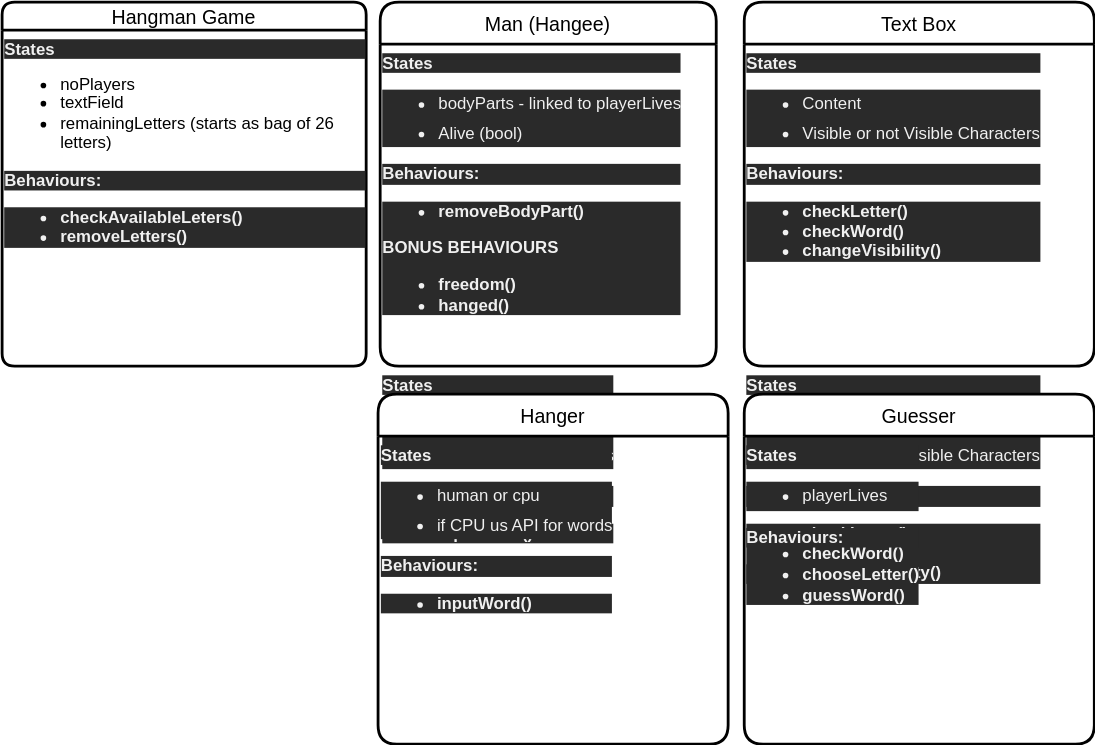
Earlier version of the draw.io export Diagram.drawio.svg (ilker79/Hangman-Game). Source tidied: cells renumbered, new cells last; positions are measured from the earlier drawing's top-left corner, leaving out a move shared by most shapes.
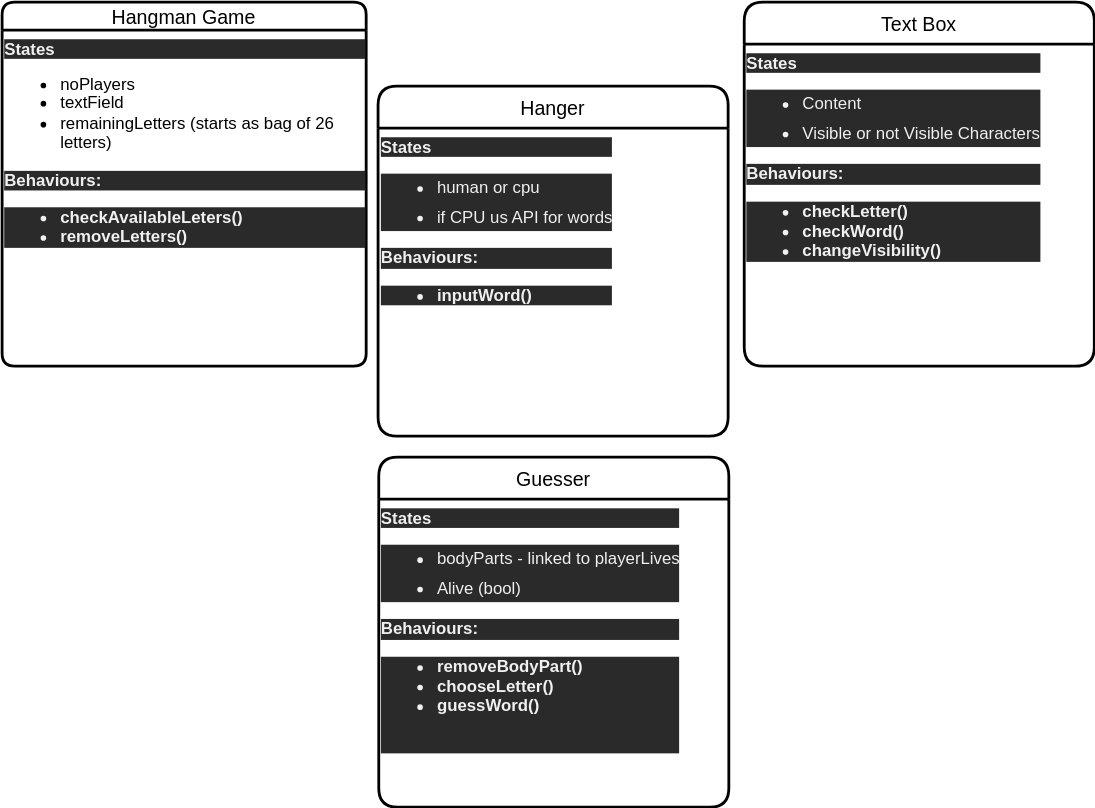
The same diagram one commit later.

Change to the diagram source:
```diff
@@ -8,35 +8,23 @@
     <mxCell id="3" value="&lt;div style=&quot;color: rgb(240 , 240 , 240) ; font-family: &amp;#34;helvetica&amp;#34; ; font-size: 12px ; font-style: normal ; font-weight: 400 ; letter-spacing: normal ; text-indent: 0px ; text-transform: none ; word-spacing: 0px ; background-color: rgb(42 , 42 , 42) ; text-align: left&quot;&gt;&lt;b&gt;States&lt;/b&gt;&lt;/div&gt;&lt;ul&gt;&lt;li style=&quot;line-height: 12px&quot;&gt;noPlayers&lt;/li&gt;&lt;li&gt;textField&lt;/li&gt;&lt;li&gt;remainingLetters (starts as bag of 26 letters)&lt;/li&gt;&lt;/ul&gt;&lt;div style=&quot;color: rgb(240 , 240 , 240) ; font-family: &amp;#34;helvetica&amp;#34; ; font-size: 12px ; font-style: normal ; font-weight: 400 ; letter-spacing: normal ; text-indent: 0px ; text-transform: none ; word-spacing: 0px ; background-color: rgb(42 , 42 , 42) ; text-align: left&quot;&gt;&lt;b&gt;Behaviours:&lt;/b&gt;&lt;/div&gt;&lt;div style=&quot;color: rgb(240 , 240 , 240) ; font-family: &amp;#34;helvetica&amp;#34; ; font-size: 12px ; font-style: normal ; font-weight: 400 ; letter-spacing: normal ; text-indent: 0px ; text-transform: none ; word-spacing: 0px ; background-color: rgb(42 , 42 , 42) ; text-align: left&quot;&gt;&lt;ul&gt;&lt;li&gt;&lt;b&gt;checkAvailableLeters()&lt;/b&gt;&lt;/li&gt;&lt;li&gt;&lt;b&gt;removeLetters()&lt;/b&gt;&lt;/li&gt;&lt;/ul&gt;&lt;/div&gt;" style="text;whiteSpace=wrap;html=1;" parent="2" vertex="1">
       <mxGeometry y="20" width="260" height="240" as="geometry" />
     </mxCell>
-    <mxCell id="4" value="Man (Hangee)" style="swimlane;horizontal=1;startSize=30;rounded=1;fontSize=14;fontStyle=0;strokeWidth=2;shadow=0;dashed=0;align=center;" parent="1" vertex="1">
-      <mxGeometry x="270" width="240" height="260" as="geometry" />
-    </mxCell>
-    <mxCell id="5" value="&lt;div style=&quot;color: rgb(240 , 240 , 240) ; font-family: &amp;#34;helvetica&amp;#34; ; font-size: 12px ; font-style: normal ; font-weight: 400 ; letter-spacing: normal ; text-indent: 0px ; text-transform: none ; word-spacing: 0px ; background-color: rgb(42 , 42 , 42) ; text-align: left&quot;&gt;&lt;b&gt;States&lt;/b&gt;&lt;/div&gt;&lt;ul style=&quot;color: rgb(240 , 240 , 240) ; font-family: &amp;#34;helvetica&amp;#34; ; font-size: 12px ; font-style: normal ; font-weight: 400 ; letter-spacing: normal ; text-align: center ; text-indent: 0px ; text-transform: none ; word-spacing: 0px ; background-color: rgb(42 , 42 , 42)&quot;&gt;&lt;li style=&quot;padding: 3px 0px ; text-align: left&quot;&gt;&lt;span style=&quot;font-family: &amp;#34;helvetica&amp;#34; ; text-align: center&quot;&gt;bodyParts - linked to playerLives&lt;/span&gt;&lt;br&gt;&lt;/li&gt;&lt;li style=&quot;padding: 3px 0px ; text-align: left&quot;&gt;&lt;span style=&quot;font-family: &amp;#34;helvetica&amp;#34; ; text-align: center&quot;&gt;Alive (bool)&lt;/span&gt;&lt;/li&gt;&lt;/ul&gt;&lt;div style=&quot;color: rgb(240 , 240 , 240) ; font-family: &amp;#34;helvetica&amp;#34; ; font-size: 12px ; font-style: normal ; font-weight: 400 ; letter-spacing: normal ; text-indent: 0px ; text-transform: none ; word-spacing: 0px ; background-color: rgb(42 , 42 , 42) ; text-align: left&quot;&gt;&lt;b&gt;Behaviours:&lt;/b&gt;&lt;/div&gt;&lt;div style=&quot;color: rgb(240 , 240 , 240) ; font-family: &amp;#34;helvetica&amp;#34; ; font-size: 12px ; font-style: normal ; font-weight: 400 ; letter-spacing: normal ; text-indent: 0px ; text-transform: none ; word-spacing: 0px ; background-color: rgb(42 , 42 , 42) ; text-align: left&quot;&gt;&lt;ul&gt;&lt;li&gt;&lt;b&gt;removeBodyPart()&lt;/b&gt;&lt;/li&gt;&lt;/ul&gt;&lt;b&gt;BONUS BEHAVIOURS&lt;/b&gt;&lt;br&gt;&lt;ul&gt;&lt;li&gt;&lt;b&gt;freedom()&lt;/b&gt;&lt;/li&gt;&lt;li&gt;&lt;b&gt;hanged()&lt;/b&gt;&lt;/li&gt;&lt;/ul&gt;&lt;/div&gt;" style="text;whiteSpace=wrap;html=1;" parent="4" vertex="1">
-      <mxGeometry y="30" width="240" height="230" as="geometry" />
-    </mxCell>
-    <mxCell id="6" value="&lt;div style=&quot;color: rgb(240 , 240 , 240) ; font-family: &amp;#34;helvetica&amp;#34; ; font-size: 12px ; font-style: normal ; font-weight: 400 ; letter-spacing: normal ; text-indent: 0px ; text-transform: none ; word-spacing: 0px ; background-color: rgb(42 , 42 , 42) ; text-align: left&quot;&gt;&lt;b&gt;States&lt;/b&gt;&lt;/div&gt;&lt;ul style=&quot;color: rgb(240 , 240 , 240) ; font-family: &amp;#34;helvetica&amp;#34; ; font-size: 12px ; font-style: normal ; font-weight: 400 ; letter-spacing: normal ; text-align: center ; text-indent: 0px ; text-transform: none ; word-spacing: 0px ; background-color: rgb(42 , 42 , 42)&quot;&gt;&lt;li style=&quot;padding: 3px 0px ; text-align: left&quot;&gt;human or cpu&amp;nbsp;&lt;/li&gt;&lt;li style=&quot;padding: 3px 0px ; text-align: left&quot;&gt;if CPU us API for words&amp;nbsp;&lt;/li&gt;&lt;/ul&gt;&lt;div style=&quot;color: rgb(240 , 240 , 240) ; font-family: &amp;#34;helvetica&amp;#34; ; font-size: 12px ; font-style: normal ; font-weight: 400 ; letter-spacing: normal ; text-indent: 0px ; text-transform: none ; word-spacing: 0px ; background-color: rgb(42 , 42 , 42) ; text-align: left&quot;&gt;&lt;b&gt;Behaviours:&lt;/b&gt;&lt;/div&gt;&lt;div style=&quot;color: rgb(240 , 240 , 240) ; font-family: &amp;#34;helvetica&amp;#34; ; font-size: 12px ; font-style: normal ; font-weight: 400 ; letter-spacing: normal ; text-indent: 0px ; text-transform: none ; word-spacing: 0px ; background-color: rgb(42 , 42 , 42) ; text-align: left&quot;&gt;&lt;ul&gt;&lt;li&gt;&lt;b&gt;inputWord()&lt;/b&gt;&lt;/li&gt;&lt;/ul&gt;&lt;/div&gt;" style="text;whiteSpace=wrap;html=1;" parent="4" vertex="1">
-      <mxGeometry y="260" width="240" as="geometry" />
-    </mxCell>
     <mxCell id="7" value="Text Box" style="swimlane;horizontal=1;startSize=30;rounded=1;fontSize=14;fontStyle=0;strokeWidth=2;shadow=0;dashed=0;align=center;" parent="1" vertex="1">
       <mxGeometry x="530" width="250" height="260" as="geometry" />
     </mxCell>
     <mxCell id="8" value="&lt;div style=&quot;color: rgb(240 , 240 , 240) ; font-family: &amp;#34;helvetica&amp;#34; ; font-size: 12px ; font-style: normal ; font-weight: 400 ; letter-spacing: normal ; text-indent: 0px ; text-transform: none ; word-spacing: 0px ; background-color: rgb(42 , 42 , 42) ; text-align: left&quot;&gt;&lt;b&gt;States&lt;/b&gt;&lt;/div&gt;&lt;ul style=&quot;color: rgb(240 , 240 , 240) ; font-family: &amp;#34;helvetica&amp;#34; ; font-size: 12px ; font-style: normal ; font-weight: 400 ; letter-spacing: normal ; text-align: center ; text-indent: 0px ; text-transform: none ; word-spacing: 0px ; background-color: rgb(42 , 42 , 42)&quot;&gt;&lt;li style=&quot;padding: 3px 0px ; text-align: left&quot;&gt;Content&lt;/li&gt;&lt;li style=&quot;padding: 3px 0px ; text-align: left&quot;&gt;Visible or not Visible Characters&lt;/li&gt;&lt;/ul&gt;&lt;div style=&quot;color: rgb(240 , 240 , 240) ; font-family: &amp;#34;helvetica&amp;#34; ; font-size: 12px ; font-style: normal ; font-weight: 400 ; letter-spacing: normal ; text-indent: 0px ; text-transform: none ; word-spacing: 0px ; background-color: rgb(42 , 42 , 42) ; text-align: left&quot;&gt;&lt;b&gt;Behaviours:&lt;/b&gt;&lt;/div&gt;&lt;div style=&quot;color: rgb(240 , 240 , 240) ; font-family: &amp;#34;helvetica&amp;#34; ; font-size: 12px ; font-style: normal ; letter-spacing: normal ; text-indent: 0px ; text-transform: none ; word-spacing: 0px ; background-color: rgb(42 , 42 , 42) ; text-align: left&quot;&gt;&lt;ul&gt;&lt;li&gt;&lt;b&gt;checkLetter()&lt;/b&gt;&lt;/li&gt;&lt;li&gt;&lt;b&gt;checkWord()&lt;/b&gt;&lt;/li&gt;&lt;li&gt;&lt;b&gt;changeVisibility()&lt;/b&gt;&lt;/li&gt;&lt;/ul&gt;&lt;/div&gt;" style="text;whiteSpace=wrap;html=1;" parent="7" vertex="1">
       <mxGeometry y="30" width="250" height="230" as="geometry" />
     </mxCell>
-    <mxCell id="9" value="&lt;div style=&quot;color: rgb(240 , 240 , 240) ; font-family: &amp;#34;helvetica&amp;#34; ; font-size: 12px ; font-style: normal ; font-weight: 400 ; letter-spacing: normal ; text-indent: 0px ; text-transform: none ; word-spacing: 0px ; background-color: rgb(42 , 42 , 42) ; text-align: left&quot;&gt;&lt;b&gt;States&lt;/b&gt;&lt;/div&gt;&lt;ul style=&quot;color: rgb(240 , 240 , 240) ; font-family: &amp;#34;helvetica&amp;#34; ; font-size: 12px ; font-style: normal ; font-weight: 400 ; letter-spacing: normal ; text-align: center ; text-indent: 0px ; text-transform: none ; word-spacing: 0px ; background-color: rgb(42 , 42 , 42)&quot;&gt;&lt;li style=&quot;padding: 3px 0px ; text-align: left&quot;&gt;Content&lt;/li&gt;&lt;li style=&quot;padding: 3px 0px ; text-align: left&quot;&gt;Visible or not Visible Characters&lt;/li&gt;&lt;/ul&gt;&lt;div style=&quot;color: rgb(240 , 240 , 240) ; font-family: &amp;#34;helvetica&amp;#34; ; font-size: 12px ; font-style: normal ; font-weight: 400 ; letter-spacing: normal ; text-indent: 0px ; text-transform: none ; word-spacing: 0px ; background-color: rgb(42 , 42 , 42) ; text-align: left&quot;&gt;&lt;b&gt;Behaviours:&lt;/b&gt;&lt;/div&gt;&lt;div style=&quot;color: rgb(240 , 240 , 240) ; font-family: &amp;#34;helvetica&amp;#34; ; font-size: 12px ; font-style: normal ; letter-spacing: normal ; text-indent: 0px ; text-transform: none ; word-spacing: 0px ; background-color: rgb(42 , 42 , 42) ; text-align: left&quot;&gt;&lt;ul&gt;&lt;li&gt;&lt;b&gt;checkLetter()&lt;/b&gt;&lt;/li&gt;&lt;li&gt;&lt;b&gt;checkWord()&lt;/b&gt;&lt;/li&gt;&lt;li&gt;&lt;b&gt;changeVisibility()&lt;/b&gt;&lt;/li&gt;&lt;/ul&gt;&lt;/div&gt;" style="text;whiteSpace=wrap;html=1;" parent="7" vertex="1">
-      <mxGeometry y="260" width="250" as="geometry" />
-    </mxCell>
     <mxCell id="10" value="Guesser" style="swimlane;horizontal=1;startSize=30;rounded=1;fontSize=14;fontStyle=0;strokeWidth=2;shadow=0;dashed=0;align=center;" parent="1" vertex="1">
-      <mxGeometry x="530" y="280" width="250" height="250" as="geometry" />
+      <mxGeometry x="269" y="325" width="250" height="250" as="geometry" />
     </mxCell>
-    <mxCell id="11" value="&lt;div style=&quot;color: rgb(240 , 240 , 240) ; font-family: &amp;#34;helvetica&amp;#34; ; font-size: 12px ; font-style: normal ; font-weight: 400 ; letter-spacing: normal ; text-indent: 0px ; text-transform: none ; word-spacing: 0px ; background-color: rgb(42 , 42 , 42) ; text-align: left&quot;&gt;&lt;b&gt;States&lt;/b&gt;&lt;/div&gt;&lt;ul style=&quot;color: rgb(240 , 240 , 240) ; font-family: &amp;#34;helvetica&amp;#34; ; font-size: 12px ; font-style: normal ; font-weight: 400 ; letter-spacing: normal ; text-align: center ; text-indent: 0px ; text-transform: none ; word-spacing: 0px ; background-color: rgb(42 , 42 , 42)&quot;&gt;&lt;li style=&quot;padding: 3px 0px ; text-align: left&quot;&gt;&lt;span&gt;playerLives&lt;/span&gt;&lt;/li&gt;&lt;/ul&gt;&lt;div style=&quot;color: rgb(240 , 240 , 240) ; font-family: &amp;#34;helvetica&amp;#34; ; font-size: 12px ; font-style: normal ; font-weight: 400 ; letter-spacing: normal ; text-indent: 0px ; text-transform: none ; word-spacing: 0px ; background-color: rgb(42 , 42 , 42) ; text-align: left&quot;&gt;&lt;b&gt;Behaviours:&lt;/b&gt;&lt;/div&gt;&lt;div style=&quot;color: rgb(240 , 240 , 240) ; font-family: &amp;#34;helvetica&amp;#34; ; font-size: 12px ; font-style: normal ; font-weight: 400 ; letter-spacing: normal ; text-indent: 0px ; text-transform: none ; word-spacing: 0px ; background-color: rgb(42 , 42 , 42) ; text-align: left&quot;&gt;&lt;ul&gt;&lt;li&gt;&lt;b&gt;chooseLetter()&lt;/b&gt;&lt;/li&gt;&lt;li&gt;&lt;b&gt;guessWord()&lt;/b&gt;&lt;/li&gt;&lt;/ul&gt;&lt;/div&gt;" style="text;whiteSpace=wrap;html=1;" parent="10" vertex="1">
-      <mxGeometry y="30" width="250" height="220" as="geometry" />
-    </mxCell>
+    <mxCell id="5" value="&lt;div style=&quot;color: rgb(240 , 240 , 240) ; font-family: &amp;#34;helvetica&amp;#34; ; font-size: 12px ; font-style: normal ; font-weight: 400 ; letter-spacing: normal ; text-indent: 0px ; text-transform: none ; word-spacing: 0px ; background-color: rgb(42 , 42 , 42) ; text-align: left&quot;&gt;&lt;b&gt;States&lt;/b&gt;&lt;/div&gt;&lt;ul style=&quot;color: rgb(240 , 240 , 240) ; font-family: &amp;#34;helvetica&amp;#34; ; font-size: 12px ; font-style: normal ; font-weight: 400 ; letter-spacing: normal ; text-align: center ; text-indent: 0px ; text-transform: none ; word-spacing: 0px ; background-color: rgb(42 , 42 , 42)&quot;&gt;&lt;li style=&quot;padding: 3px 0px ; text-align: left&quot;&gt;&lt;span style=&quot;font-family: &amp;#34;helvetica&amp;#34; ; text-align: center&quot;&gt;bodyParts - linked to playerLives&lt;/span&gt;&lt;br&gt;&lt;/li&gt;&lt;li style=&quot;padding: 3px 0px ; text-align: left&quot;&gt;&lt;span style=&quot;font-family: &amp;#34;helvetica&amp;#34; ; text-align: center&quot;&gt;Alive (bool)&lt;/span&gt;&lt;/li&gt;&lt;/ul&gt;&lt;div style=&quot;color: rgb(240 , 240 , 240) ; font-family: &amp;#34;helvetica&amp;#34; ; font-size: 12px ; font-style: normal ; font-weight: 400 ; letter-spacing: normal ; text-indent: 0px ; text-transform: none ; word-spacing: 0px ; background-color: rgb(42 , 42 , 42) ; text-align: left&quot;&gt;&lt;b&gt;Behaviours:&lt;/b&gt;&lt;/div&gt;&lt;div style=&quot;color: rgb(240 , 240 , 240) ; font-family: &amp;#34;helvetica&amp;#34; ; font-size: 12px ; font-style: normal ; font-weight: 400 ; letter-spacing: normal ; text-indent: 0px ; text-transform: none ; word-spacing: 0px ; background-color: rgb(42 , 42 , 42) ; text-align: left&quot;&gt;&lt;ul&gt;&lt;li&gt;&lt;b&gt;removeBodyPart()&lt;/b&gt;&lt;/li&gt;&lt;li&gt;&lt;b&gt;chooseLetter()&lt;/b&gt;&lt;/li&gt;&lt;li&gt;&lt;b&gt;guessWord()&lt;/b&gt;&lt;/li&gt;&lt;/ul&gt;&lt;br&gt;&lt;/div&gt;" style="text;whiteSpace=wrap;html=1;" parent="10" vertex="1">
+      <mxGeometry y="30" width="250" height="220" as="geometry" />
+    </mxCell>
     <mxCell id="12" value="Hanger" style="swimlane;horizontal=1;startSize=30;rounded=1;fontSize=14;fontStyle=0;strokeWidth=2;shadow=0;dashed=0;align=center;" parent="1" vertex="1">
-      <mxGeometry x="268.5" y="280" width="250" height="250" as="geometry" />
+      <mxGeometry x="268.5" y="60" width="250" height="250" as="geometry" />
     </mxCell>
-    <mxCell id="13" value="&lt;div style=&quot;color: rgb(240 , 240 , 240) ; font-family: &amp;#34;helvetica&amp;#34; ; font-size: 12px ; font-style: normal ; font-weight: 400 ; letter-spacing: normal ; text-indent: 0px ; text-transform: none ; word-spacing: 0px ; background-color: rgb(42 , 42 , 42) ; text-align: left&quot;&gt;&lt;b&gt;States&lt;/b&gt;&lt;/div&gt;&lt;ul style=&quot;color: rgb(240 , 240 , 240) ; font-family: &amp;#34;helvetica&amp;#34; ; font-size: 12px ; font-style: normal ; font-weight: 400 ; letter-spacing: normal ; text-align: center ; text-indent: 0px ; text-transform: none ; word-spacing: 0px ; background-color: rgb(42 , 42 , 42)&quot;&gt;&lt;li style=&quot;padding: 3px 0px ; text-align: left&quot;&gt;human or cpu&amp;nbsp;&lt;/li&gt;&lt;li style=&quot;padding: 3px 0px ; text-align: left&quot;&gt;if CPU us API for words&amp;nbsp;&lt;/li&gt;&lt;/ul&gt;&lt;div style=&quot;color: rgb(240 , 240 , 240) ; font-family: &amp;#34;helvetica&amp;#34; ; font-size: 12px ; font-style: normal ; font-weight: 400 ; letter-spacing: normal ; text-indent: 0px ; text-transform: none ; word-spacing: 0px ; background-color: rgb(42 , 42 , 42) ; text-align: left&quot;&gt;&lt;b&gt;Behaviours:&lt;/b&gt;&lt;/div&gt;&lt;div style=&quot;color: rgb(240 , 240 , 240) ; font-family: &amp;#34;helvetica&amp;#34; ; font-size: 12px ; font-style: normal ; font-weight: 400 ; letter-spacing: normal ; text-indent: 0px ; text-transform: none ; word-spacing: 0px ; background-color: rgb(42 , 42 , 42) ; text-align: left&quot;&gt;&lt;ul&gt;&lt;li&gt;&lt;b&gt;inputWord()&lt;/b&gt;&lt;/li&gt;&lt;/ul&gt;&lt;/div&gt;" style="text;whiteSpace=wrap;html=1;" parent="12" vertex="1">
-      <mxGeometry y="30" width="250" height="220" as="geometry" />
-    </mxCell>
+    <mxCell id="6" value="&lt;div style=&quot;color: rgb(240 , 240 , 240) ; font-family: &amp;#34;helvetica&amp;#34; ; font-size: 12px ; font-style: normal ; font-weight: 400 ; letter-spacing: normal ; text-indent: 0px ; text-transform: none ; word-spacing: 0px ; background-color: rgb(42 , 42 , 42) ; text-align: left&quot;&gt;&lt;b&gt;States&lt;/b&gt;&lt;/div&gt;&lt;ul style=&quot;color: rgb(240 , 240 , 240) ; font-family: &amp;#34;helvetica&amp;#34; ; font-size: 12px ; font-style: normal ; font-weight: 400 ; letter-spacing: normal ; text-align: center ; text-indent: 0px ; text-transform: none ; word-spacing: 0px ; background-color: rgb(42 , 42 , 42)&quot;&gt;&lt;li style=&quot;padding: 3px 0px ; text-align: left&quot;&gt;human or cpu&amp;nbsp;&lt;/li&gt;&lt;li style=&quot;padding: 3px 0px ; text-align: left&quot;&gt;if CPU us API for words&amp;nbsp;&lt;/li&gt;&lt;/ul&gt;&lt;div style=&quot;color: rgb(240 , 240 , 240) ; font-family: &amp;#34;helvetica&amp;#34; ; font-size: 12px ; font-style: normal ; font-weight: 400 ; letter-spacing: normal ; text-indent: 0px ; text-transform: none ; word-spacing: 0px ; background-color: rgb(42 , 42 , 42) ; text-align: left&quot;&gt;&lt;b&gt;Behaviours:&lt;/b&gt;&lt;/div&gt;&lt;div style=&quot;color: rgb(240 , 240 , 240) ; font-family: &amp;#34;helvetica&amp;#34; ; font-size: 12px ; font-style: normal ; font-weight: 400 ; letter-spacing: normal ; text-indent: 0px ; text-transform: none ; word-spacing: 0px ; background-color: rgb(42 , 42 , 42) ; text-align: left&quot;&gt;&lt;ul&gt;&lt;li&gt;&lt;b&gt;inputWord()&lt;/b&gt;&lt;/li&gt;&lt;/ul&gt;&lt;/div&gt;" style="text;whiteSpace=wrap;html=1;" parent="12" vertex="1">
+      <mxGeometry y="30" width="250" height="220" as="geometry" />
+    </mxCell>
   </root>
 </mxGraphModel>
```
